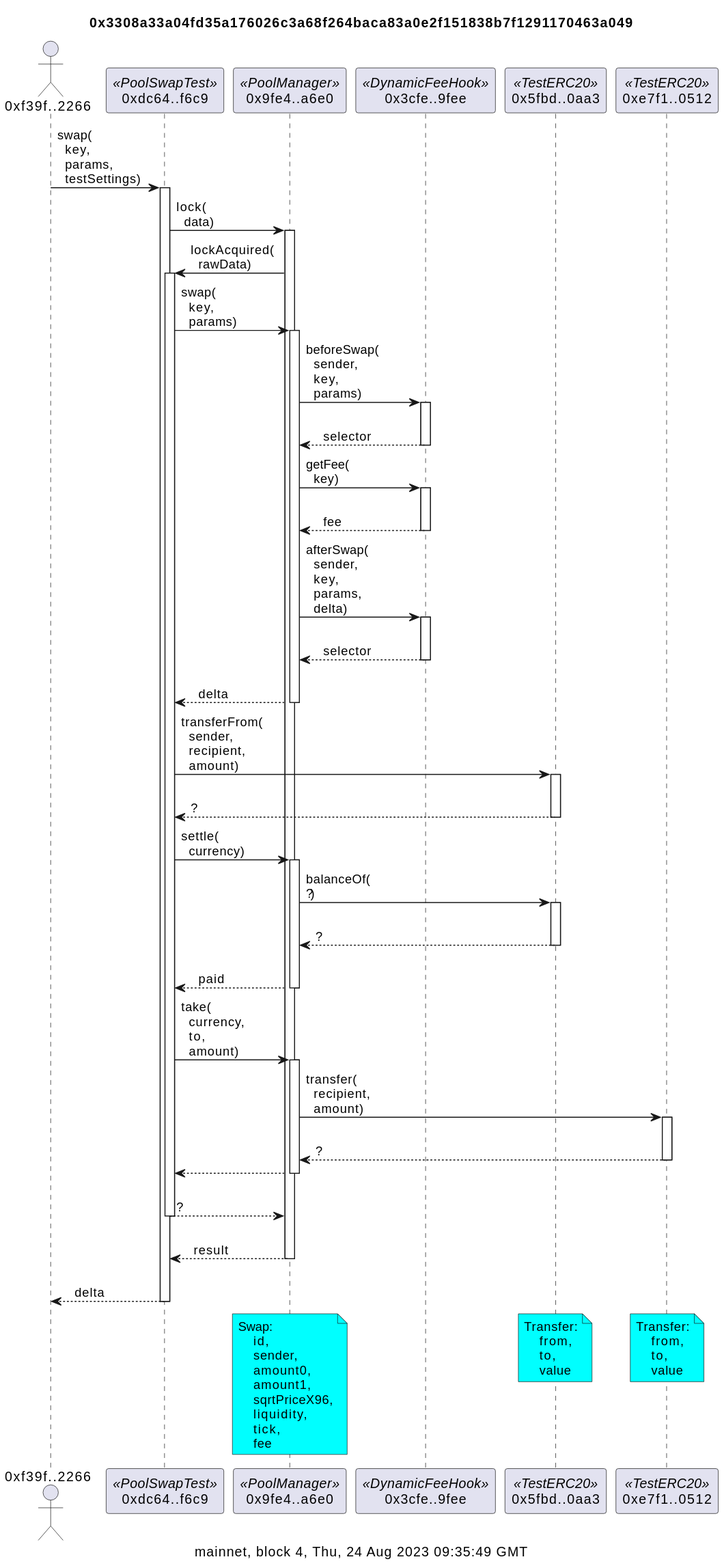
Above: docs/dynamicFeeSwapSummary.svg in naddison36/uniswap-v4-hooks (PlantUML), before the change.
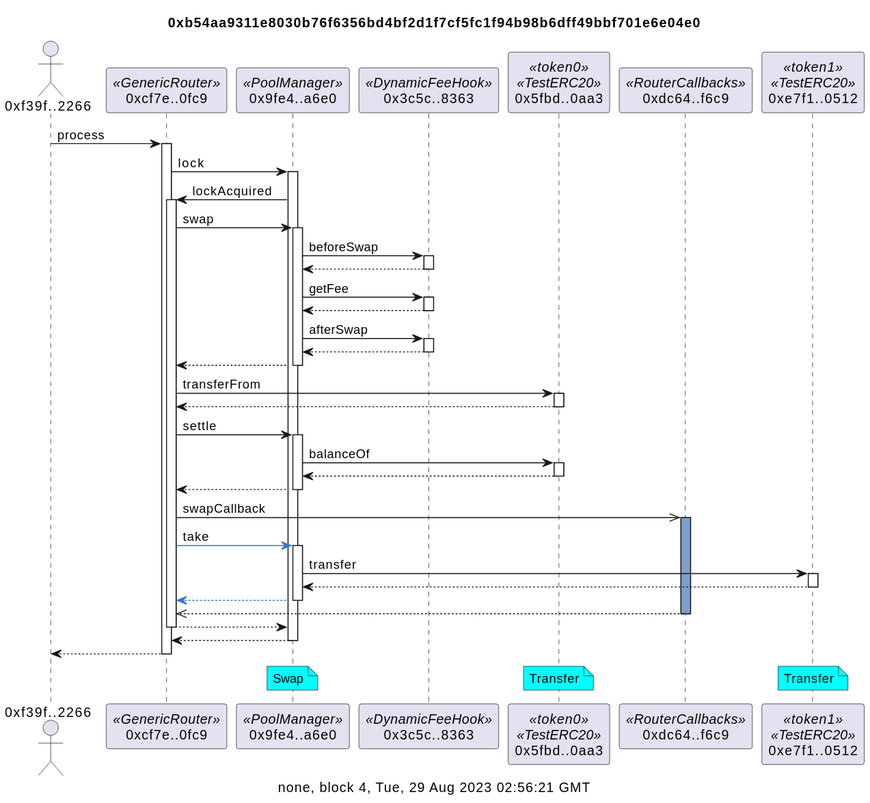
The same diagram one commit later.

Change to the diagram source:
```diff
@@ -1,74 +1,64 @@
 @startuml
-title 0x3308a33a04fd35a176026c3a68f264baca83a0e2f151838b7f1291170463a049
+title 0xb54aa9311e8030b76f6356bd4bf2d1f7cf5fc1f94b98b6dff49bbf701e6e04e0
 
-caption mainnet, block 4, Thu, 24 Aug 2023 09:35:49 GMT
+caption none, block 4, Tue, 29 Aug 2023 02:56:21 GMT
 actor "0xf39f..2266" as f39f2266
-participant "0xdc64..f6c9" as dc64f6c9 <<PoolSwapTest>>
+participant "0xcf7e..0fc9" as cf7e0fc9 <<GenericRouter>>
 participant "0x9fe4..a6e0" as 9fe4a6e0 <<PoolManager>>
-participant "0x3cfe..9fee" as 3cfe9fee <<DynamicFeeHook>>
-participant "0x5fbd..0aa3" as 5fbd0aa3 <<TestERC20>>
-participant "0xe7f1..0512" as e7f10512 <<TestERC20>>
+participant "0x3c5c..8363" as 3c5c8363 <<DynamicFeeHook>>
+participant "0x5fbd..0aa3" as 5fbd0aa3 <<token0>><<TestERC20>>
+participant "0xdc64..f6c9" as dc64f6c9 <<RouterCallbacks>>
+participant "0xe7f1..0512" as e7f10512 <<token1>><<TestERC20>>
 
-f39f2266 -> dc64f6c9: swap(\n  key,\n  params,\n  testSettings)
-activate dc64f6c9
-dc64f6c9 -> 9fe4a6e0: lock(\n  data)
+f39f2266 -> cf7e0fc9: process
+activate cf7e0fc9
+cf7e0fc9 -> 9fe4a6e0: lock
 activate 9fe4a6e0
-9fe4a6e0 -> dc64f6c9: lockAcquired(\n  rawData)
-activate dc64f6c9
-dc64f6c9 -> 9fe4a6e0: swap(\n  key,\n  params)
+9fe4a6e0 -> cf7e0fc9: lockAcquired
+activate cf7e0fc9
+cf7e0fc9 -> 9fe4a6e0: swap
 activate 9fe4a6e0
-9fe4a6e0 -> 3cfe9fee: beforeSwap(\n  sender,\n  key,\n  params)
-activate 3cfe9fee
-return\n  selector
-9fe4a6e0 -> 3cfe9fee: getFee(\n  key)
-activate 3cfe9fee
-return\n  fee
-9fe4a6e0 -> 3cfe9fee: afterSwap(\n  sender,\n  key,\n  params,\n  delta)
-activate 3cfe9fee
-return\n  selector
-return\n  delta
-dc64f6c9 -> 5fbd0aa3: transferFrom(\n  sender,\n  recipient,\n  amount)
+9fe4a6e0 -> 3c5c8363: beforeSwap
+activate 3c5c8363
+return
+9fe4a6e0 -> 3c5c8363: getFee
+activate 3c5c8363
+return
+9fe4a6e0 -> 3c5c8363: afterSwap
+activate 3c5c8363
+return
+return
+cf7e0fc9 -> 5fbd0aa3: transferFrom
 activate 5fbd0aa3
-return\n?
-dc64f6c9 -> 9fe4a6e0: settle(\n  currency)
+return
+cf7e0fc9 -> 9fe4a6e0: settle
 activate 9fe4a6e0
-9fe4a6e0 -> 5fbd0aa3: balanceOf(\n?)
+9fe4a6e0 -> 5fbd0aa3: balanceOf
 activate 5fbd0aa3
-return\n?
-return\n  paid
-dc64f6c9 -> 9fe4a6e0: take(\n  currency,\n  to,\n  amount)
+return
+return
+cf7e0fc9 ->> dc64f6c9: swapCallback
+activate dc64f6c9 #809ECB
+cf7e0fc9 -[#3471CD]> 9fe4a6e0: take
 activate 9fe4a6e0
-9fe4a6e0 -> e7f10512: transfer(\n  recipient,\n  amount)
+9fe4a6e0 -> e7f10512: transfer
 activate e7f10512
-return\n?
 return
-return\n?
-return\n  result
-return\n  delta
+return
+return
+return
+return
+return
 
 note over 9fe4a6e0 #aqua
-Swap:
-    id,
-    sender,
-    amount0,
-    amount1,
-    sqrtPriceX96,
-    liquidity,
-    tick,
-    fee
+Swap
 end note
 
 / note over 5fbd0aa3 #aqua
-Transfer:
-    from,
-    to,
-    value
+Transfer
 end note
 
 / note over e7f10512 #aqua
-Transfer:
-    from,
-    to,
-    value
+Transfer
 end note
 @enduml
```
